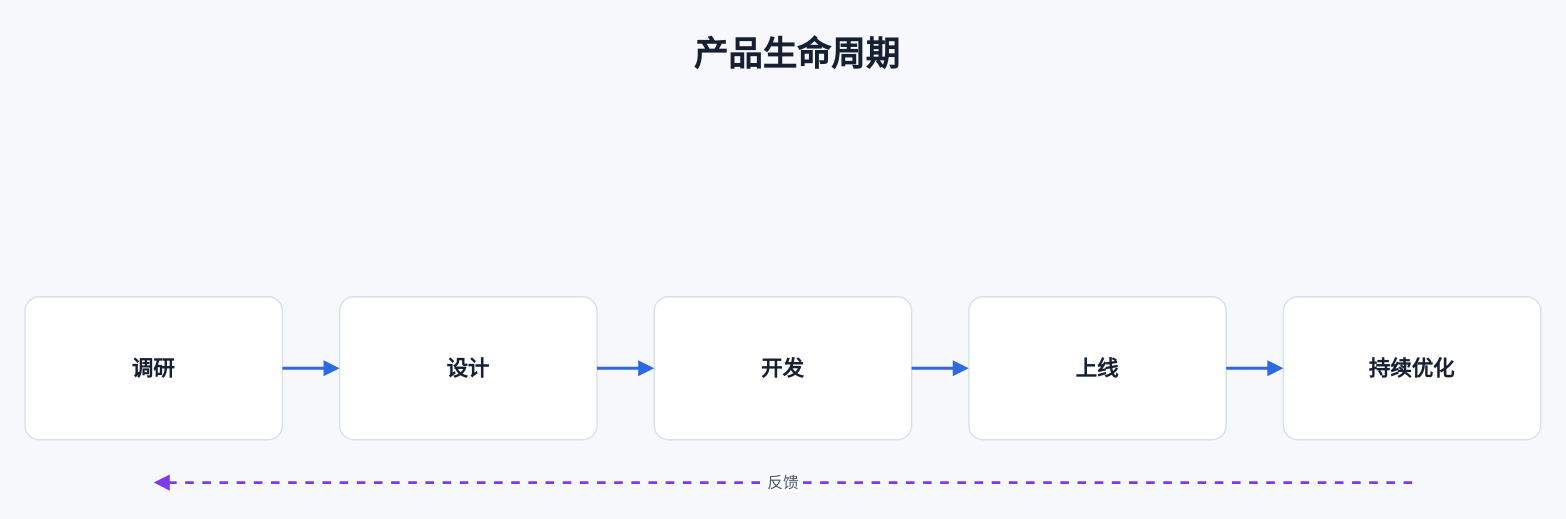
This is .opencode/skills/xml-diagram/examples/lifecycle-light-product.drawio from BeWaterMyFriend7/SKILL-PROJECT, a draw.io file, before an edit. Source tidied: cells renumbered, new cells numbered last; positions are measured from the earlier drawing's top-left corner, leaving out a move shared by most shapes. Both pictures are drawn from the tidied source at 143%, with x=0, y=0 at pixel (24, 24).
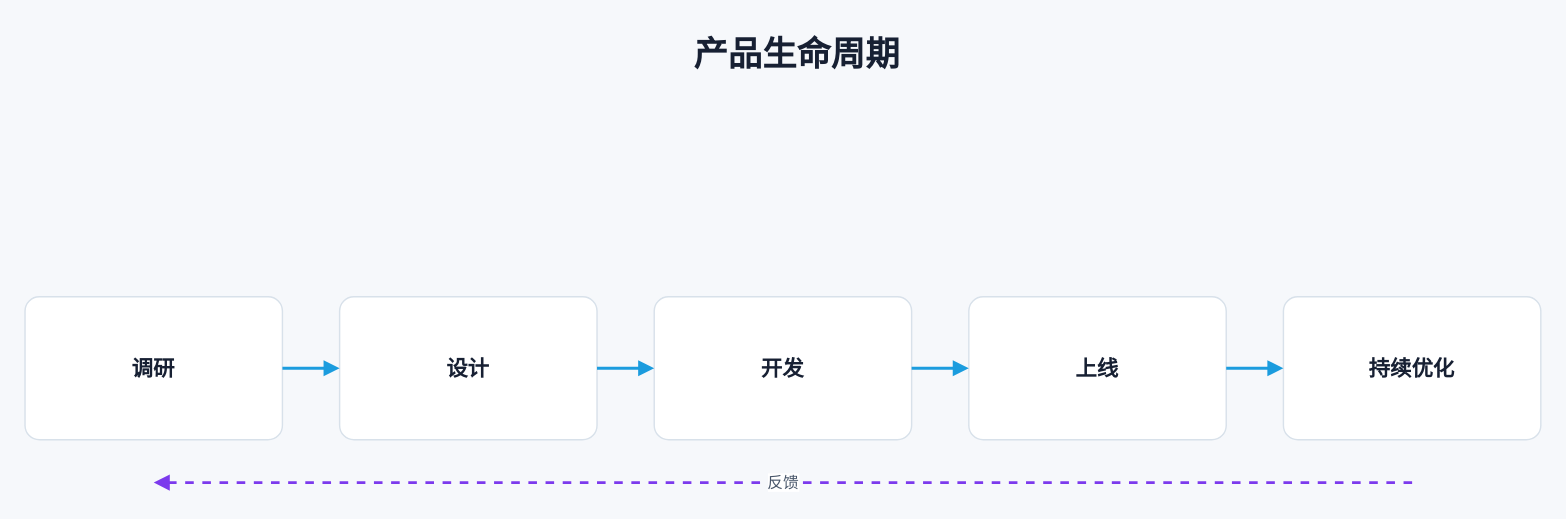
The same diagram, later.

Change to the diagram source:
```diff
@@
 <mxGraphModel background="#F6F8FB">
   <root>
     <mxCell id="0" />
     <mxCell id="1" parent="0" />
     <mxCell id="2" value="产品生命周期" style="text;strokeColor=none;fillColor=none;align=center;verticalAlign=middle;html=1;whiteSpace=wrap;fontFamily=Inter, Noto Sans SC, Microsoft YaHei, sans-serif;fontSize=24;fontColor=#172033;fontStyle=1;" parent="1" vertex="1">
       <mxGeometry x="300" width="480" height="42" as="geometry" />
     </mxCell>
     <mxCell id="3" value="调研" style="rounded=1;arcSize=10;fillColor=#FFFFFF;strokeColor=#D8E1EA;html=1;whiteSpace=wrap;fontFamily=Inter, Noto Sans SC, Microsoft YaHei, sans-serif;fontSize=15;fontColor=#172033;fontStyle=1;" parent="1" vertex="1">
       <mxGeometry y="190" width="180" height="100" as="geometry" />
     </mxCell>
     <mxCell id="4" value="设计" style="rounded=1;arcSize=10;fillColor=#FFFFFF;strokeColor=#D8E1EA;html=1;whiteSpace=wrap;fontFamily=Inter, Noto Sans SC, Microsoft YaHei, sans-serif;fontSize=15;fontColor=#172033;fontStyle=1;" parent="1" vertex="1">
       <mxGeometry x="220" y="190" width="180" height="100" as="geometry" />
     </mxCell>
     <mxCell id="5" value="开发" style="rounded=1;arcSize=10;fillColor=#FFFFFF;strokeColor=#D8E1EA;html=1;whiteSpace=wrap;fontFamily=Inter, Noto Sans SC, Microsoft YaHei, sans-serif;fontSize=15;fontColor=#172033;fontStyle=1;" parent="1" vertex="1">
       <mxGeometry x="440" y="190" width="180" height="100" as="geometry" />
     </mxCell>
     <mxCell id="6" value="上线" style="rounded=1;arcSize=10;fillColor=#FFFFFF;strokeColor=#D8E1EA;html=1;whiteSpace=wrap;fontFamily=Inter, Noto Sans SC, Microsoft YaHei, sans-serif;fontSize=15;fontColor=#172033;fontStyle=1;" parent="1" vertex="1">
       <mxGeometry x="660" y="190" width="180" height="100" as="geometry" />
     </mxCell>
     <mxCell id="7" value="持续优化" style="rounded=1;arcSize=10;fillColor=#FFFFFF;strokeColor=#D8E1EA;html=1;whiteSpace=wrap;fontFamily=Inter, Noto Sans SC, Microsoft YaHei, sans-serif;fontSize=15;fontColor=#172033;fontStyle=1;" parent="1" vertex="1">
       <mxGeometry x="880" y="190" width="180" height="100" as="geometry" />
     </mxCell>
-    <mxCell id="8" style="edgeStyle=orthogonalEdgeStyle;rounded=0;html=1;strokeColor=#2E69E1;strokeWidth=2;endArrow=block;endFill=1;fontFamily=Inter, Noto Sans SC, Microsoft YaHei, sans-serif;fontSize=11;fontColor=#475569;" parent="1" edge="1" source="3" target="4">
+    <mxCell id="8" style="edgeStyle=orthogonalEdgeStyle;rounded=0;html=1;strokeColor=#1B9CDE;strokeWidth=2;endArrow=block;endFill=1;fontFamily=Inter, Noto Sans SC, Microsoft YaHei, sans-serif;fontSize=11;fontColor=#475569;" parent="1" edge="1" source="3" target="4">
       <mxGeometry relative="1" as="geometry" />
     </mxCell>
-    <mxCell id="9" style="edgeStyle=orthogonalEdgeStyle;rounded=0;html=1;strokeColor=#2E69E1;strokeWidth=2;endArrow=block;endFill=1;fontFamily=Inter, Noto Sans SC, Microsoft YaHei, sans-serif;fontSize=11;fontColor=#475569;" parent="1" edge="1" source="4" target="5">
+    <mxCell id="9" style="edgeStyle=orthogonalEdgeStyle;rounded=0;html=1;strokeColor=#1B9CDE;strokeWidth=2;endArrow=block;endFill=1;fontFamily=Inter, Noto Sans SC, Microsoft YaHei, sans-serif;fontSize=11;fontColor=#475569;" parent="1" edge="1" source="4" target="5">
       <mxGeometry relative="1" as="geometry" />
     </mxCell>
-    <mxCell id="10" style="edgeStyle=orthogonalEdgeStyle;rounded=0;html=1;strokeColor=#2E69E1;strokeWidth=2;endArrow=block;endFill=1;fontFamily=Inter, Noto Sans SC, Microsoft YaHei, sans-serif;fontSize=11;fontColor=#475569;" parent="1" edge="1" source="5" target="6">
+    <mxCell id="10" style="edgeStyle=orthogonalEdgeStyle;rounded=0;html=1;strokeColor=#1B9CDE;strokeWidth=2;endArrow=block;endFill=1;fontFamily=Inter, Noto Sans SC, Microsoft YaHei, sans-serif;fontSize=11;fontColor=#475569;" parent="1" edge="1" source="5" target="6">
       <mxGeometry relative="1" as="geometry" />
     </mxCell>
-    <mxCell id="11" style="edgeStyle=orthogonalEdgeStyle;rounded=0;html=1;strokeColor=#2E69E1;strokeWidth=2;endArrow=block;endFill=1;fontFamily=Inter, Noto Sans SC, Microsoft YaHei, sans-serif;fontSize=11;fontColor=#475569;" parent="1" edge="1" source="6" target="7">
+    <mxCell id="11" style="edgeStyle=orthogonalEdgeStyle;rounded=0;html=1;strokeColor=#1B9CDE;strokeWidth=2;endArrow=block;endFill=1;fontFamily=Inter, Noto Sans SC, Microsoft YaHei, sans-serif;fontSize=11;fontColor=#475569;" parent="1" edge="1" source="6" target="7">
       <mxGeometry relative="1" as="geometry" />
     </mxCell>
     <mxCell id="12" value="反馈" style="edgeStyle=orthogonalEdgeStyle;rounded=0;html=1;strokeColor=#7C3AED;strokeWidth=2;endArrow=block;endFill=1;dashed=1;fontFamily=Inter, Noto Sans SC, Microsoft YaHei, sans-serif;fontSize=11;fontColor=#475569;" parent="1" edge="1">
       <mxGeometry relative="1" as="geometry">
         <mxPoint x="970" y="320" as="sourcePoint" />
         <mxPoint x="90" y="320" as="targetPoint" />
       </mxGeometry>
     </mxCell>
   </root>
 </mxGraphModel>
```
